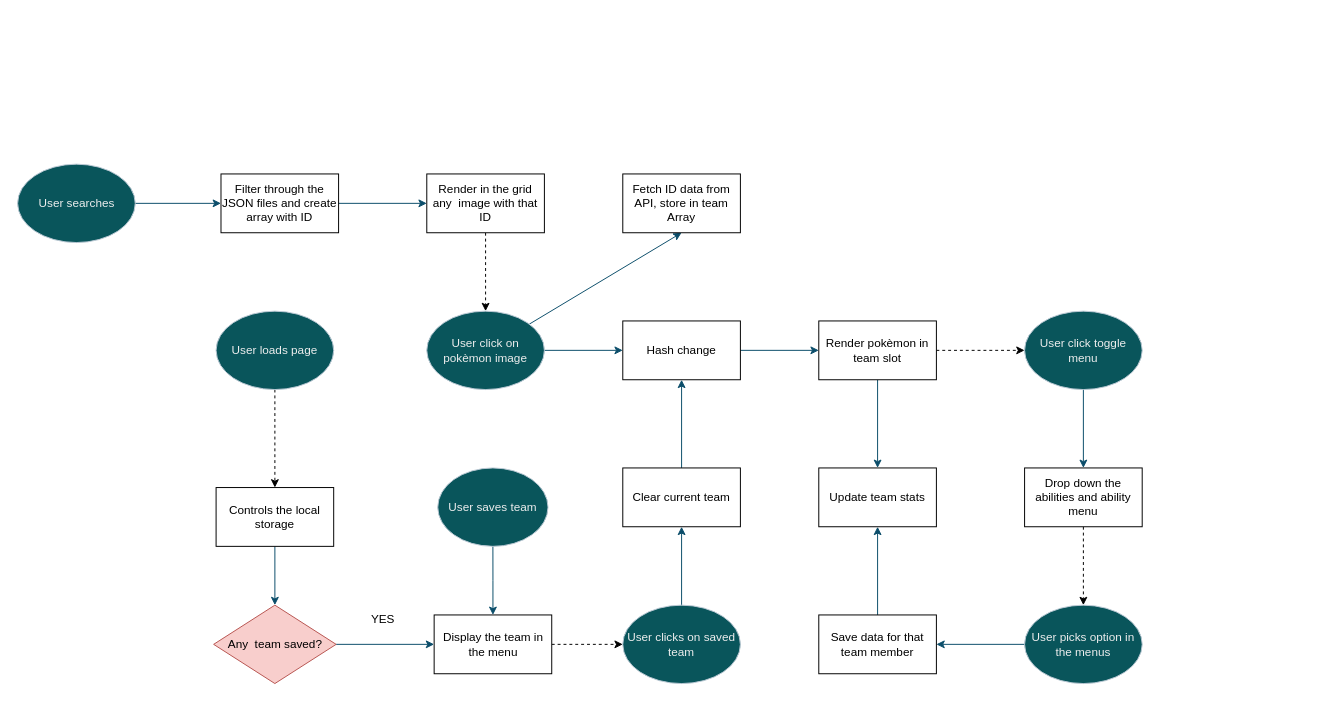
Earlier version of the draw.io diagram src/Untitled Diagram.drawio (AngeloMar98/Pokemon-Team-Builder). Source tidied: cells renumbered, new cells numbered last; positions are measured from the earlier drawing's top-left corner, leaving out a move shared by most shapes. Both pictures are drawn from the tidied source at 98%, with x=0, y=0 at pixel (17, 164).
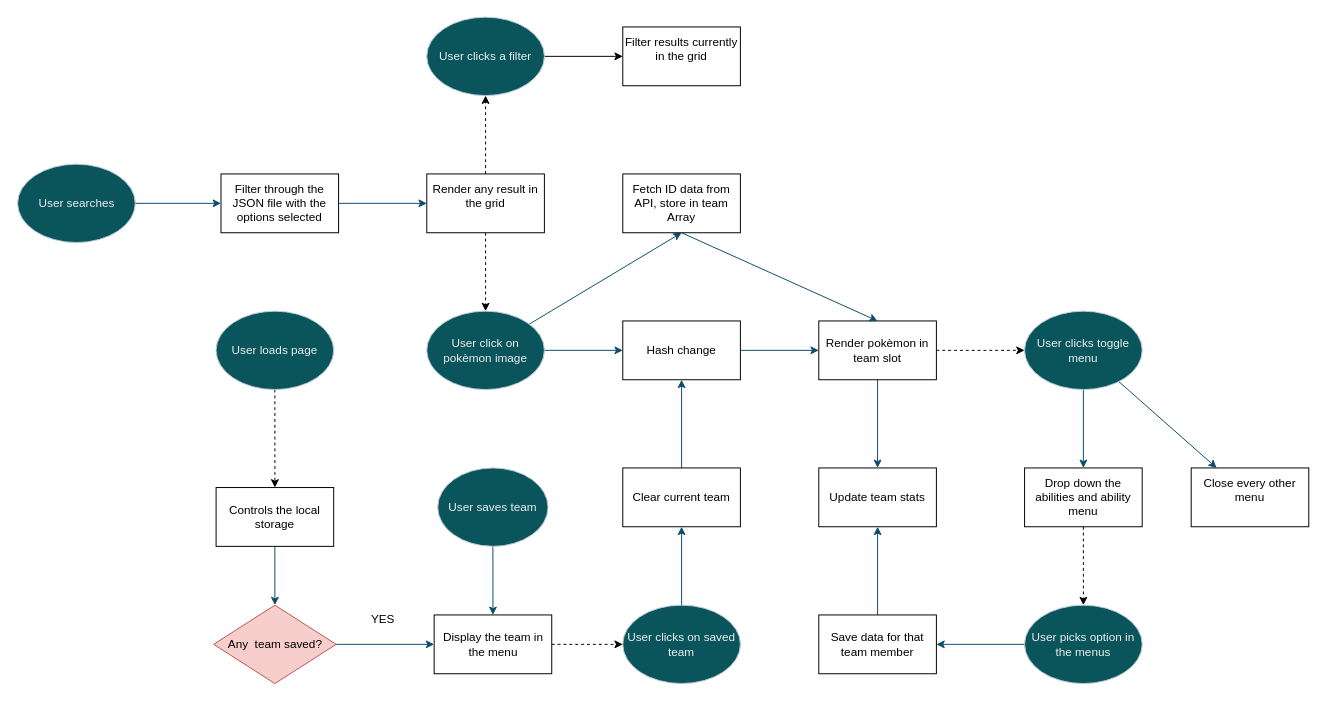
After the change.

The change refers to these unchanged cells:
```xml
<mxCell id="23" value="Render pokèmon in team slot" style="rounded=0;whiteSpace=wrap;html=1;" parent="1" vertex="1">
  <mxGeometry x="818" y="160" width="120" height="60" as="geometry" />
</mxCell>
<mxCell id="28" value="Fetch ID data from API, store in team Array" style="rounded=0;whiteSpace=wrap;html=1;" parent="1" vertex="1">
  <mxGeometry x="618" y="10" width="120" height="60" as="geometry" />
</mxCell>
```

The edit, as a diff of the source:
```diff
@@
-    <mxCell id="13" value="Filter through the JSON files and create array with ID" style="rounded=0;whiteSpace=wrap;html=1;" parent="1" vertex="1">
+    <mxCell id="13" value="Filter through the JSON file with the options selected" style="rounded=0;whiteSpace=wrap;html=1;" parent="1" vertex="1">
       <mxGeometry x="208" y="10" width="120" height="60" as="geometry" />
     </mxCell>
@@
+    <mxCell id="41" style="edgeStyle=orthogonalEdgeStyle;rounded=0;jettySize=auto;html=1;dashed=1;" parent="1" edge="1" source="15" target="46">
+      <mxGeometry relative="1" as="geometry" />
+    </mxCell>
-    <mxCell id="15" value="Render in the grid any&amp;nbsp; image with that ID" style="rounded=0;whiteSpace=wrap;html=1;" parent="1" vertex="1">
+    <mxCell id="15" value="&lt;div&gt;Render any result in the grid&lt;/div&gt;&lt;div&gt;&lt;br&gt;&lt;/div&gt;" style="rounded=0;whiteSpace=wrap;html=1;" parent="1" vertex="1">
       <mxGeometry x="418" y="10" width="120" height="60" as="geometry" />
     </mxCell>
@@
+    <mxCell id="42" style="rounded=0;jettySize=auto;html=1;strokeColor=#0B4D6A;" parent="1" edge="1" source="25" target="44">
+      <mxGeometry relative="1" as="geometry" />
+    </mxCell>
-    <mxCell id="25" value="User click toggle menu" style="ellipse;whiteSpace=wrap;html=1;rounded=1;labelBackgroundColor=none;fillColor=#09555B;strokeColor=#BAC8D3;fontColor=#EEEEEE;" parent="1" vertex="1">
+    <mxCell id="25" value="User clicks toggle menu" style="ellipse;whiteSpace=wrap;html=1;rounded=1;labelBackgroundColor=none;fillColor=#09555B;strokeColor=#BAC8D3;fontColor=#EEEEEE;" parent="1" vertex="1">
       <mxGeometry x="1028" y="150" width="120" height="80" as="geometry" />
     </mxCell>
@@
+    <mxCell id="43" style="rounded=0;jettySize=auto;html=1;strokeColor=#0B4D6A;exitX=0.5;exitY=1;exitDx=0;exitDy=0;entryX=0.5;entryY=0;entryDx=0;entryDy=0;" parent="1" edge="1" source="28" target="23">
+      <mxGeometry relative="1" as="geometry" />
+    </mxCell>
@@
+    <mxCell id="44" value="&lt;div&gt;Close every other menu&lt;/div&gt;&lt;div&gt;&lt;br&gt;&lt;/div&gt;" style="rounded=0;whiteSpace=wrap;html=1;" parent="1" vertex="1">
+      <mxGeometry x="1198" y="310" width="120" height="60" as="geometry" />
+    </mxCell>
+    <mxCell id="45" style="edgeStyle=orthogonalEdgeStyle;rounded=0;jettySize=auto;html=1;" parent="1" edge="1" source="46" target="47">
+      <mxGeometry relative="1" as="geometry" />
+    </mxCell>
+    <mxCell id="46" value="User clicks a filter" style="ellipse;whiteSpace=wrap;html=1;rounded=1;labelBackgroundColor=none;fillColor=#09555B;strokeColor=#BAC8D3;fontColor=#EEEEEE;" parent="1" vertex="1">
+      <mxGeometry x="418" y="-150" width="120" height="80" as="geometry" />
+    </mxCell>
+    <mxCell id="47" value="&lt;div&gt;Filter results currently in the grid&lt;/div&gt;&lt;div&gt;&lt;br&gt;&lt;/div&gt;" style="rounded=0;whiteSpace=wrap;html=1;" parent="1" vertex="1">
+      <mxGeometry x="618" y="-140" width="120" height="60" as="geometry" />
+    </mxCell>
```
